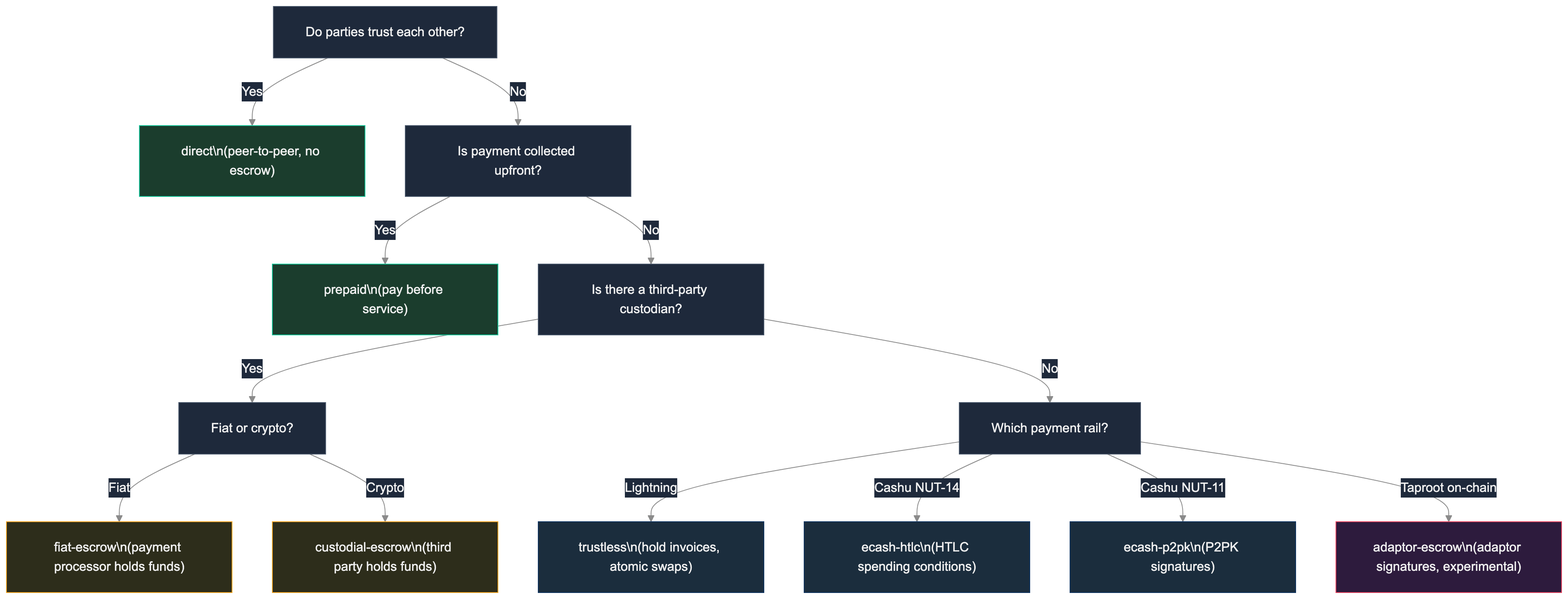
Earlier version of the Mermaid export images/escrow-1-trust-model-decision.png (forgesworn/nip-drafts). Its source is kept beside it as images/escrow-1-trust-model-decision.mmd.
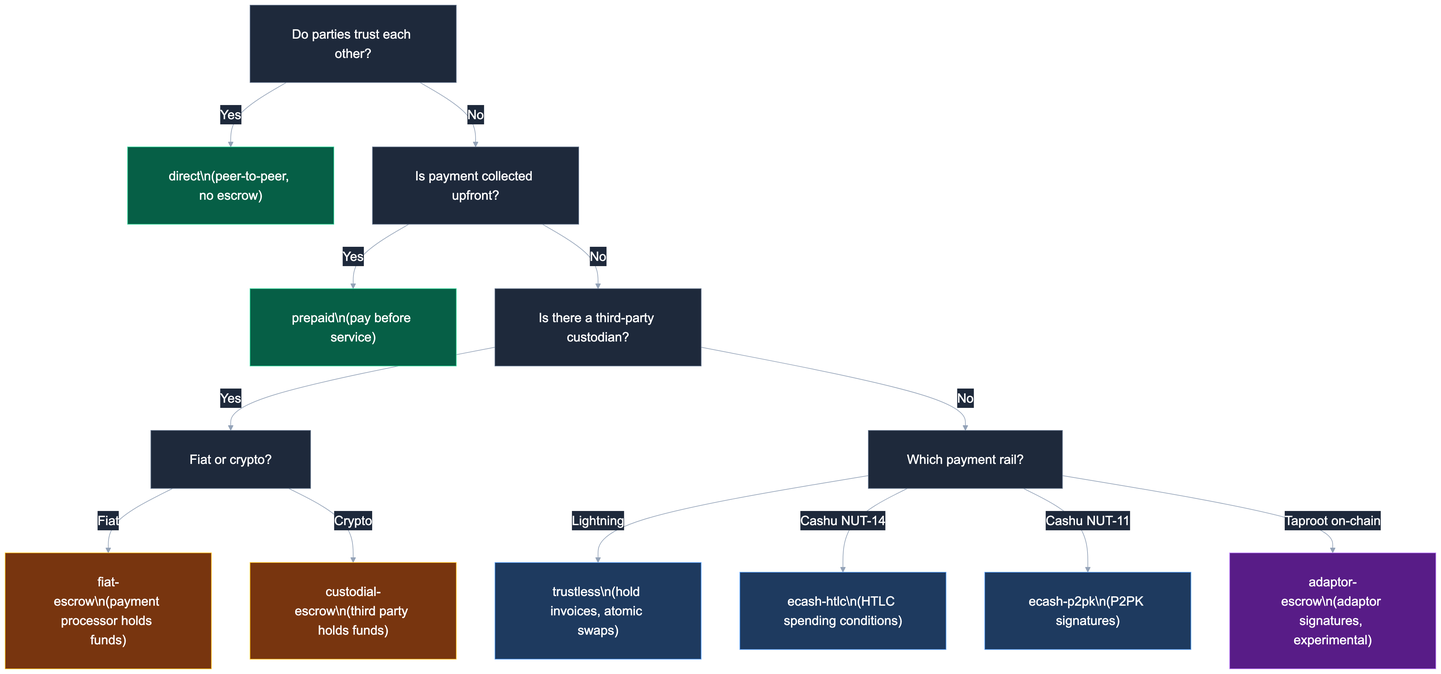
After the change.

Diff of the diagram source:
```diff
@@ -12,11 +12,11 @@
     H -->|"Cashu NUT-11"| P2PK["ecash-p2pk\n(P2PK signatures)"]
     H -->|"Taproot on-chain"| AS["adaptor-escrow\n(adaptor signatures, experimental)"]
 
-    style D fill:#1b3d2d,stroke:#16c79a,color:#f0f0f0
-    style P fill:#1b3d2d,stroke:#16c79a,color:#f0f0f0
-    style F fill:#2d2d1b,stroke:#f5a623,color:#f0f0f0
-    style G fill:#2d2d1b,stroke:#f5a623,color:#f0f0f0
-    style T fill:#1b2d3d,stroke:#0f3460,color:#f0f0f0
-    style HTLC fill:#1b2d3d,stroke:#0f3460,color:#f0f0f0
-    style P2PK fill:#1b2d3d,stroke:#0f3460,color:#f0f0f0
-    style AS fill:#2d1b3d,stroke:#e94560,color:#f0f0f0
+    style D fill:#065f46,stroke:#34d399,color:#ffffff
+    style P fill:#065f46,stroke:#34d399,color:#ffffff
+    style F fill:#78350f,stroke:#fbbf24,color:#ffffff
+    style G fill:#78350f,stroke:#fbbf24,color:#ffffff
+    style T fill:#1e3a5f,stroke:#60a5fa,color:#ffffff
+    style HTLC fill:#1e3a5f,stroke:#60a5fa,color:#ffffff
+    style P2PK fill:#1e3a5f,stroke:#60a5fa,color:#ffffff
+    style AS fill:#581c87,stroke:#c084fc,color:#ffffff
```
